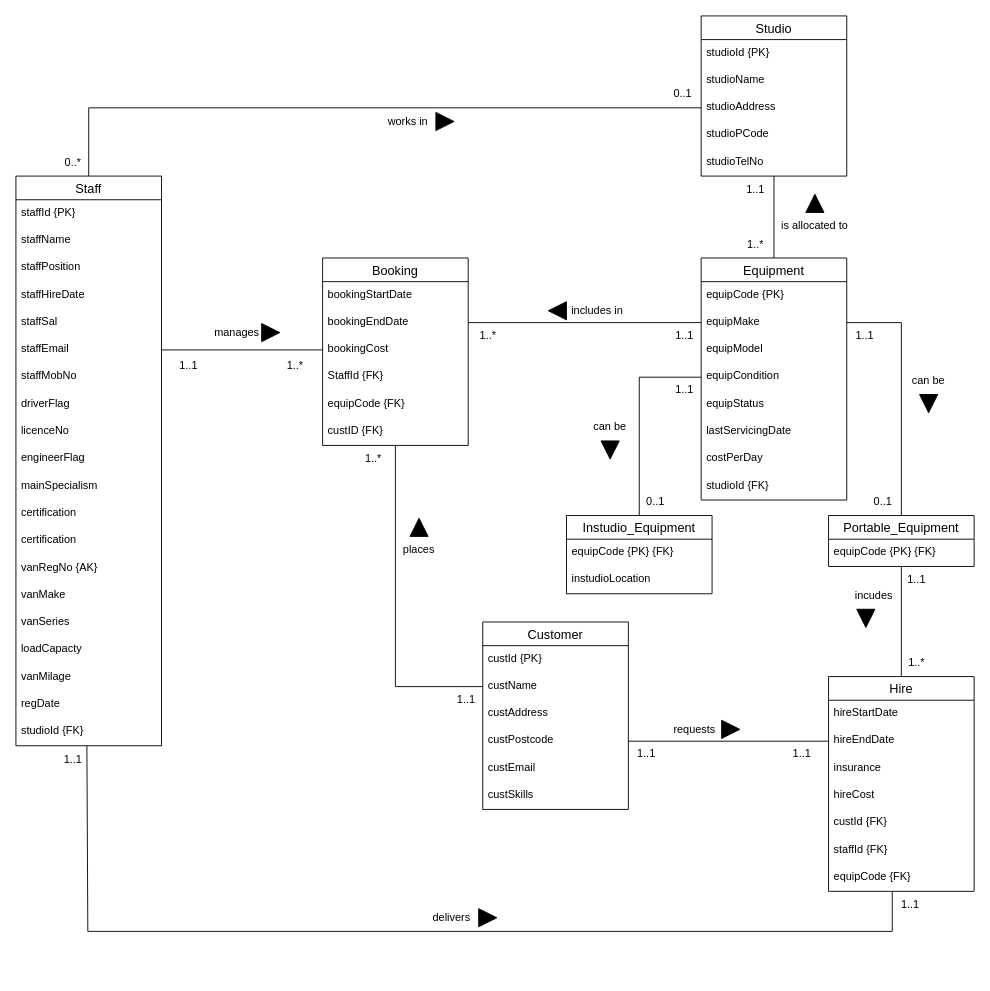
This is page "Version 1" (1 of 2) of Part B/Part_B.drawio from ChitharaKarunasekera/DatabaseSystemsCoursework, a draw.io file, before an edit. Source tidied: cells renumbered, new cells numbered last; positions are measured from the earlier drawing's top-left corner, leaving out a move shared by most shapes. Both pictures are drawn from the tidied source at 91%, with x=0, y=0 at pixel (15, 15).
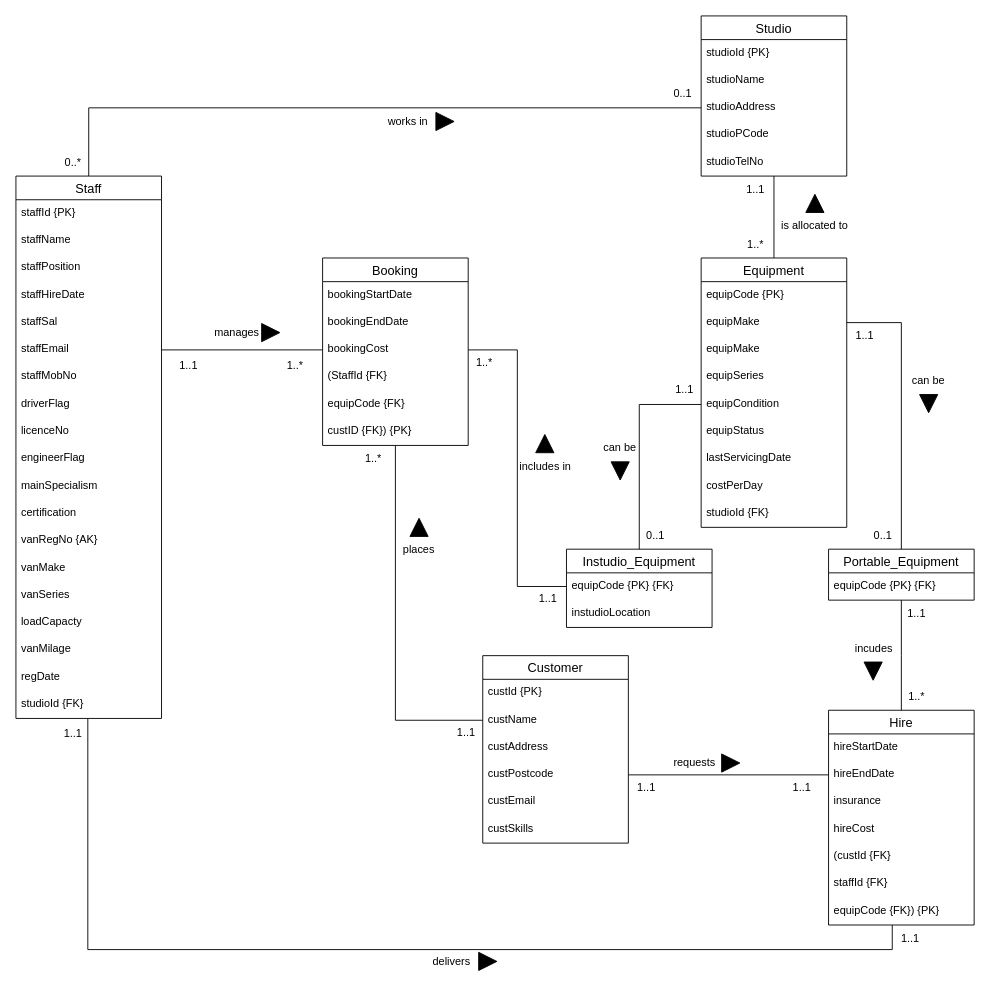
The same page after the edit.

The change refers to these unchanged cells:
```xml
<mxCell id="27" value="equipMake" style="text;strokeColor=none;fillColor=none;spacingLeft=4;spacingRight=4;overflow=hidden;points=[[0,0.5],[1,0.5]];portConstraint=eastwest;fontSize=12;fontColor=#000000;" parent="25" vertex="1">
  <mxGeometry y="56" width="160" height="30" as="geometry" />
</mxCell>
<mxCell id="35" value="equipCode {PK} {FK}" style="text;strokeColor=none;fillColor=none;spacingLeft=4;spacingRight=4;overflow=hidden;points=[[0,0.5],[1,0.5]];portConstraint=eastwest;fontSize=12;fontColor=#000000;" parent="34" vertex="1">
  <mxGeometry y="26" width="160" height="30" as="geometry" />
</mxCell>
<mxCell id="57" value="Booking" style="swimlane;fontStyle=0;horizontal=1;startSize=26;align=center;fontSize=14;fontColor=#000000;" parent="1" vertex="1">
  <mxGeometry x="337" y="266" width="160" height="206" as="geometry" />
</mxCell>
<mxCell id="59" value="bookingEndDate" style="text;strokeColor=none;fillColor=none;spacingLeft=4;spacingRight=4;overflow=hidden;points=[[0,0.5],[1,0.5]];portConstraint=eastwest;fontSize=12;fontColor=#000000;" parent="57" vertex="1">
  <mxGeometry y="56" width="160" height="30" as="geometry" />
</mxCell>
<mxCell id="60" value="bookingCost" style="text;strokeColor=none;fillColor=none;spacingLeft=4;spacingRight=4;overflow=hidden;points=[[0,0.5],[1,0.5]];portConstraint=eastwest;fontSize=12;fontColor=#000000;" parent="57" vertex="1">
  <mxGeometry y="86" width="160" height="30" as="geometry" />
</mxCell>
```

What changed in the source:
```diff
@@
     <mxCell id="3" value="Staff" style="swimlane;fontStyle=0;horizontal=1;startSize=26;align=center;fontSize=14;" parent="1" vertex="1">
-      <mxGeometry y="176" width="160" height="626" as="geometry" />
+      <mxGeometry y="176" width="160" height="596" as="geometry" />
     </mxCell>
@@
-    <mxCell id="15" value="certification" style="text;strokeColor=none;fillColor=none;spacingLeft=4;spacingRight=4;overflow=hidden;fontSize=12;" parent="3" vertex="1">
-      <mxGeometry y="356" width="160" height="30" as="geometry" />
-    </mxCell>
     <mxCell id="16" value="certification" style="text;strokeColor=none;fillColor=none;spacingLeft=4;spacingRight=4;overflow=hidden;fontSize=12;" parent="3" vertex="1">
-      <mxGeometry y="386" width="160" height="30" as="geometry" />
+      <mxGeometry y="356" width="160" height="30" as="geometry" />
     </mxCell>
     <mxCell id="17" value="vanRegNo {AK}" style="text;strokeColor=none;fillColor=none;spacingLeft=4;spacingRight=4;overflow=hidden;fontSize=12;fontColor=#000000;" parent="3" vertex="1">
-      <mxGeometry y="416" width="160" height="30" as="geometry" />
+      <mxGeometry y="386" width="160" height="30" as="geometry" />
     </mxCell>
     <mxCell id="18" value="vanMake" style="text;strokeColor=none;fillColor=none;spacingLeft=4;spacingRight=4;overflow=hidden;fontSize=12;fontColor=#000000;" parent="3" vertex="1">
-      <mxGeometry y="446" width="160" height="30" as="geometry" />
+      <mxGeometry y="416" width="160" height="30" as="geometry" />
     </mxCell>
     <mxCell id="19" value="vanSeries " style="text;strokeColor=none;fillColor=none;spacingLeft=4;spacingRight=4;overflow=hidden;fontSize=12;fontColor=#000000;" parent="3" vertex="1">
-      <mxGeometry y="476" width="160" height="30" as="geometry" />
+      <mxGeometry y="446" width="160" height="30" as="geometry" />
     </mxCell>
     <mxCell id="20" value="loadCapacty" style="text;strokeColor=none;fillColor=none;spacingLeft=4;spacingRight=4;overflow=hidden;fontSize=12;fontColor=#000000;" parent="3" vertex="1">
-      <mxGeometry y="506" width="160" height="30" as="geometry" />
+      <mxGeometry y="476" width="160" height="30" as="geometry" />
     </mxCell>
     <mxCell id="21" value="vanMilage " style="text;strokeColor=none;fillColor=none;spacingLeft=4;spacingRight=4;overflow=hidden;fontSize=12;fontColor=#000000;" parent="3" vertex="1">
-      <mxGeometry y="536" width="160" height="30" as="geometry" />
+      <mxGeometry y="506" width="160" height="30" as="geometry" />
     </mxCell>
     <mxCell id="22" value="regDate" style="text;strokeColor=none;fillColor=none;spacingLeft=4;spacingRight=4;overflow=hidden;fontSize=12;fontColor=#000000;" parent="3" vertex="1">
-      <mxGeometry y="566" width="160" height="30" as="geometry" />
+      <mxGeometry y="536" width="160" height="30" as="geometry" />
     </mxCell>
     <mxCell id="23" value="studioId {FK}" style="text;strokeColor=none;fillColor=none;spacingLeft=4;spacingRight=4;overflow=hidden;points=[[0,0.5],[1,0.5]];portConstraint=eastwest;fontSize=12;fontColor=#000000;" parent="3" vertex="1">
-      <mxGeometry y="596" width="160" height="30" as="geometry" />
+      <mxGeometry y="566" width="160" height="30" as="geometry" />
     </mxCell>
@@
     <mxCell id="25" value="Equipment" style="swimlane;fontStyle=0;horizontal=1;startSize=26;align=center;fontSize=14;fontColor=#000000;" parent="1" vertex="1">
-      <mxGeometry x="753" y="266" width="160" height="266" as="geometry" />
+      <mxGeometry x="753" y="266" width="160" height="296" as="geometry" />
     </mxCell>
@@
+    <mxCell id="115" value="equipMake" style="text;strokeColor=none;fillColor=none;spacingLeft=4;spacingRight=4;overflow=hidden;fontSize=12;fontColor=#000000;" parent="25" vertex="1">
+      <mxGeometry y="86" width="160" height="30" as="geometry" />
+    </mxCell>
-    <mxCell id="28" value="equipModel" style="text;strokeColor=none;fillColor=none;spacingLeft=4;spacingRight=4;overflow=hidden;fontSize=12;fontColor=#000000;" parent="25" vertex="1">
-      <mxGeometry y="86" width="160" height="30" as="geometry" />
+    <mxCell id="28" value="equipSeries " style="text;strokeColor=none;fillColor=none;spacingLeft=4;spacingRight=4;overflow=hidden;fontSize=12;fontColor=#000000;" parent="25" vertex="1">
+      <mxGeometry y="116" width="160" height="30" as="geometry" />
     </mxCell>
     <mxCell id="29" value="equipCondition" style="text;strokeColor=none;fillColor=none;spacingLeft=4;spacingRight=4;overflow=hidden;points=[[0,0.5],[1,0.5]];portConstraint=eastwest;fontSize=12;fontColor=#000000;" parent="25" vertex="1">
-      <mxGeometry y="116" width="160" height="30" as="geometry" />
+      <mxGeometry y="146" width="160" height="30" as="geometry" />
     </mxCell>
     <mxCell id="30" value="equipStatus" style="text;strokeColor=none;fillColor=none;spacingLeft=4;spacingRight=4;overflow=hidden;fontSize=12;fontColor=#000000;" parent="25" vertex="1">
-      <mxGeometry y="146" width="160" height="30" as="geometry" />
+      <mxGeometry y="176" width="160" height="30" as="geometry" />
     </mxCell>
     <mxCell id="31" value="lastServicingDate" style="text;strokeColor=none;fillColor=none;spacingLeft=4;spacingRight=4;overflow=hidden;fontSize=12;fontColor=#000000;" parent="25" vertex="1">
-      <mxGeometry y="176" width="160" height="30" as="geometry" />
+      <mxGeometry y="206" width="160" height="30" as="geometry" />
     </mxCell>
     <mxCell id="32" value="costPerDay" style="text;strokeColor=none;fillColor=none;spacingLeft=4;spacingRight=4;overflow=hidden;fontSize=12;fontColor=#000000;" parent="25" vertex="1">
-      <mxGeometry y="206" width="160" height="30" as="geometry" />
+      <mxGeometry y="236" width="160" height="30" as="geometry" />
     </mxCell>
     <mxCell id="33" value="studioId {FK}" style="text;strokeColor=none;fillColor=none;spacingLeft=4;spacingRight=4;overflow=hidden;fontSize=12;fontColor=#000000;" parent="25" vertex="1">
-      <mxGeometry y="236" width="160" height="30" as="geometry" />
+      <mxGeometry y="266" width="160" height="30" as="geometry" />
     </mxCell>
     <mxCell id="34" value="Instudio_Equipment" style="swimlane;fontStyle=0;horizontal=1;startSize=26;align=center;fontSize=14;fontColor=#000000;" parent="1" vertex="1">
-      <mxGeometry x="605" y="549" width="160" height="86" as="geometry" />
+      <mxGeometry x="605" y="586" width="160" height="86" as="geometry" />
     </mxCell>
@@
     <mxCell id="37" value="Portable_Equipment" style="swimlane;fontStyle=0;horizontal=1;startSize=26;align=center;fontSize=14;fontColor=#000000;" parent="1" vertex="1">
-      <mxGeometry x="893" y="549" width="160" height="56" as="geometry" />
+      <mxGeometry x="893" y="586" width="160" height="56" as="geometry" />
     </mxCell>
@@
     <mxCell id="41" value="can be" style="text;html=1;strokeColor=none;fillColor=none;align=center;verticalAlign=middle;whiteSpace=wrap;rounded=0;fontColor=#000000;" parent="1" vertex="1">
-      <mxGeometry x="623" y="437" width="60" height="30" as="geometry" />
+      <mxGeometry x="634" y="460" width="60" height="30" as="geometry" />
     </mxCell>
     <mxCell id="42" style="triangle;whiteSpace=wrap;html=1;fontColor=#000000;direction=south;fillColor=#000000;" parent="1" vertex="1">
-      <mxGeometry x="643" y="467" width="20" height="20" as="geometry" />
+      <mxGeometry x="654" y="490" width="20" height="20" as="geometry" />
     </mxCell>
@@
     <mxCell id="45" value="0..1" style="text;html=1;strokeColor=none;fillColor=none;align=center;verticalAlign=middle;whiteSpace=wrap;rounded=0;fontColor=#000000;" parent="1" vertex="1">
-      <mxGeometry x="673" y="519" width="60" height="30" as="geometry" />
+      <mxGeometry x="673" y="556" width="60" height="30" as="geometry" />
     </mxCell>
     <mxCell id="46" value="0..1" style="text;html=1;strokeColor=none;fillColor=none;align=center;verticalAlign=middle;whiteSpace=wrap;rounded=0;fontColor=#000000;" parent="1" vertex="1">
-      <mxGeometry x="923" y="519" width="60" height="30" as="geometry" />
+      <mxGeometry x="923" y="556" width="60" height="30" as="geometry" />
     </mxCell>
@@
     <mxCell id="49" value="Customer" style="swimlane;fontStyle=0;horizontal=1;startSize=26;align=center;fontSize=14;fontColor=#000000;" parent="1" vertex="1">
-      <mxGeometry x="513" y="666" width="160" height="206" as="geometry" />
+      <mxGeometry x="513" y="703" width="160" height="206" as="geometry" />
     </mxCell>
@@
-    <mxCell id="61" value="StaffId {FK}" style="text;strokeColor=none;fillColor=none;spacingLeft=4;spacingRight=4;overflow=hidden;fontSize=12;fontColor=#000000;" parent="57" vertex="1">
+    <mxCell id="61" value="(StaffId {FK}" style="text;strokeColor=none;fillColor=none;spacingLeft=4;spacingRight=4;overflow=hidden;fontSize=12;fontColor=#000000;" parent="57" vertex="1">
       <mxGeometry y="116" width="160" height="30" as="geometry" />
     </mxCell>
@@
-    <mxCell id="63" value="custID {FK}" style="text;strokeColor=none;fillColor=none;spacingLeft=4;spacingRight=4;overflow=hidden;fontSize=12;fontColor=#000000;" parent="57" vertex="1">
+    <mxCell id="63" value="custID {FK}) {PK}" style="text;strokeColor=none;fillColor=none;spacingLeft=4;spacingRight=4;overflow=hidden;fontSize=12;fontColor=#000000;" parent="57" vertex="1">
       <mxGeometry y="176" width="160" height="30" as="geometry" />
     </mxCell>
-    <mxCell id="64" style="edgeStyle=orthogonalEdgeStyle;rounded=0;jettySize=auto;html=1;entryX=0;entryY=0.5;entryDx=0;entryDy=0;endArrow=none;endFill=0;exitX=1;exitY=0.5;exitDx=0;exitDy=0;" parent="1" edge="1" source="59" target="27">
-      <mxGeometry relative="1" as="geometry" />
-    </mxCell>
@@
     <mxCell id="66" value="1..*" style="text;html=1;strokeColor=none;fillColor=none;align=center;verticalAlign=middle;whiteSpace=wrap;rounded=0;" parent="1" vertex="1">
-      <mxGeometry x="488.5" y="336" width="60" height="30" as="geometry" />
+      <mxGeometry x="484.5" y="366" width="60" height="30" as="geometry" />
     </mxCell>
@@
     <mxCell id="68" value="1..1" style="text;html=1;strokeColor=none;fillColor=none;align=center;verticalAlign=middle;whiteSpace=wrap;rounded=0;" parent="1" vertex="1">
-      <mxGeometry x="705" y="336" width="60" height="30" as="geometry" />
+      <mxGeometry x="555" y="626" width="60" height="30" as="geometry" />
     </mxCell>
@@
     <mxCell id="70" value="1..1" style="text;html=1;strokeColor=none;fillColor=none;align=center;verticalAlign=middle;whiteSpace=wrap;rounded=0;" parent="1" vertex="1">
-      <mxGeometry x="465" y="736" width="60" height="30" as="geometry" />
+      <mxGeometry x="465" y="773" width="60" height="30" as="geometry" />
     </mxCell>
@@
     <mxCell id="73" value="includes in" style="text;html=1;strokeColor=none;fillColor=none;align=center;verticalAlign=middle;whiteSpace=wrap;rounded=0;" parent="1" vertex="1">
-      <mxGeometry x="603" y="309" width="71.5" height="30" as="geometry" />
+      <mxGeometry x="545.5" y="480" width="71.5" height="30" as="geometry" />
     </mxCell>
-    <mxCell id="74" style="triangle;whiteSpace=wrap;html=1;fontColor=#000000;direction=west;fillColor=#000000;" parent="1" vertex="1">
-      <mxGeometry x="585" y="314" width="20" height="20" as="geometry" />
+    <mxCell id="74" style="triangle;whiteSpace=wrap;html=1;fontColor=#000000;direction=north;fillColor=#000000;" parent="1" vertex="1">
+      <mxGeometry x="571.2" y="460" width="20" height="20" as="geometry" />
     </mxCell>
@@
-    <mxCell id="77" style="edgeStyle=orthogonalEdgeStyle;rounded=0;jettySize=auto;html=1;endArrow=none;endFill=0;" parent="1" edge="1" source="79" target="37">
-      <mxGeometry relative="1" as="geometry" />
+    <mxCell id="77" style="edgeStyle=orthogonalEdgeStyle;rounded=0;jettySize=auto;html=1;endArrow=none;endFill=0;" parent="1" edge="1" source="79">
+      <mxGeometry relative="1" as="geometry">
+        <mxPoint x="973" y="642" as="targetPoint" />
+      </mxGeometry>
     </mxCell>
-    <mxCell id="78" style="edgeStyle=orthogonalEdgeStyle;rounded=0;jettySize=auto;html=1;entryX=0.75;entryY=0;entryDx=0;entryDy=0;endArrow=none;endFill=0;" parent="1" edge="1" source="79" target="91">
+    <mxCell id="78" style="edgeStyle=orthogonalEdgeStyle;rounded=0;jettySize=auto;html=1;endArrow=none;endFill=0;" parent="1" edge="1" source="79" target="23">
       <mxGeometry relative="1" as="geometry">
         <Array as="points">
-          <mxPoint x="963" y="1006" />
-          <mxPoint x="79" y="1006" />
+          <mxPoint x="963" y="1026" />
+          <mxPoint x="79" y="1026" />
         </Array>
       </mxGeometry>
     </mxCell>
     <mxCell id="79" value="Hire" style="swimlane;fontStyle=0;horizontal=1;startSize=26;align=center;fontSize=14;fontColor=#000000;" parent="1" vertex="1">
-      <mxGeometry x="893" y="726" width="160" height="236" as="geometry" />
+      <mxGeometry x="893" y="763" width="160" height="236" as="geometry" />
     </mxCell>
@@
-    <mxCell id="84" value="custId {FK}" style="text;strokeColor=none;fillColor=none;spacingLeft=4;spacingRight=4;overflow=hidden;fontSize=12;fontColor=#000000;" parent="79" vertex="1">
+    <mxCell id="84" value="(custId {FK}" style="text;strokeColor=none;fillColor=none;spacingLeft=4;spacingRight=4;overflow=hidden;fontSize=12;fontColor=#000000;" parent="79" vertex="1">
       <mxGeometry y="146" width="160" height="30" as="geometry" />
     </mxCell>
@@
-    <mxCell id="86" value="equipCode {FK}" style="text;strokeColor=none;fillColor=none;spacingLeft=4;spacingRight=4;overflow=hidden;fontSize=12;fontColor=#000000;" parent="79" vertex="1">
+    <mxCell id="86" value="equipCode {FK}) {PK}" style="text;strokeColor=none;fillColor=none;spacingLeft=4;spacingRight=4;overflow=hidden;fontSize=12;fontColor=#000000;" parent="79" vertex="1">
       <mxGeometry y="206" width="160" height="30" as="geometry" />
     </mxCell>
@@
     <mxCell id="88" value="1..1" style="text;html=1;strokeColor=none;fillColor=none;align=center;verticalAlign=middle;whiteSpace=wrap;rounded=0;fontColor=#000000;" parent="1" vertex="1">
-      <mxGeometry x="834" y="796" width="60" height="30" as="geometry" />
+      <mxGeometry x="834" y="833" width="60" height="30" as="geometry" />
     </mxCell>
     <mxCell id="89" value="1..*" style="text;html=1;strokeColor=none;fillColor=none;align=center;verticalAlign=middle;whiteSpace=wrap;rounded=0;" parent="1" vertex="1">
-      <mxGeometry x="960" y="696" width="60" height="30" as="geometry" />
+      <mxGeometry x="960" y="733" width="60" height="30" as="geometry" />
     </mxCell>
     <mxCell id="90" value="1..1" style="text;html=1;strokeColor=none;fillColor=none;align=center;verticalAlign=middle;whiteSpace=wrap;rounded=0;fontColor=#000000;" parent="1" vertex="1">
-      <mxGeometry x="953" y="962" width="60" height="30" as="geometry" />
+      <mxGeometry x="953" y="999" width="60" height="30" as="geometry" />
     </mxCell>
     <mxCell id="91" value="1..1" style="text;html=1;strokeColor=none;fillColor=none;align=center;verticalAlign=middle;whiteSpace=wrap;rounded=0;fontColor=#000000;" parent="1" vertex="1">
-      <mxGeometry x="33" y="802" width="60" height="30" as="geometry" />
+      <mxGeometry x="33" y="774" width="60" height="30" as="geometry" />
     </mxCell>
     <mxCell id="92" value="1..1" style="text;html=1;strokeColor=none;fillColor=none;align=center;verticalAlign=middle;whiteSpace=wrap;rounded=0;fontColor=#000000;" parent="1" vertex="1">
-      <mxGeometry x="663" y="796" width="60" height="30" as="geometry" />
+      <mxGeometry x="663" y="833" width="60" height="30" as="geometry" />
     </mxCell>
     <mxCell id="93" value="1..1" style="text;html=1;strokeColor=none;fillColor=none;align=center;verticalAlign=middle;whiteSpace=wrap;rounded=0;fontColor=#000000;" parent="1" vertex="1">
-      <mxGeometry x="960" y="605" width="60" height="30" as="geometry" />
+      <mxGeometry x="960" y="642" width="60" height="30" as="geometry" />
     </mxCell>
     <mxCell id="94" value="delivers" style="text;html=1;strokeColor=none;fillColor=none;align=center;verticalAlign=middle;whiteSpace=wrap;rounded=0;" parent="1" vertex="1">
-      <mxGeometry x="446" y="976" width="65.5" height="30" as="geometry" />
+      <mxGeometry x="446" y="1024" width="65.5" height="30" as="geometry" />
     </mxCell>
     <mxCell id="95" style="triangle;whiteSpace=wrap;html=1;fontColor=#000000;direction=east;fillColor=#000000;" parent="1" vertex="1">
-      <mxGeometry x="508.5" y="981" width="20" height="20" as="geometry" />
+      <mxGeometry x="508.5" y="1029" width="20" height="20" as="geometry" />
     </mxCell>
     <mxCell id="96" value="requests" style="text;html=1;strokeColor=none;fillColor=none;align=center;verticalAlign=middle;whiteSpace=wrap;rounded=0;" parent="1" vertex="1">
-      <mxGeometry x="713" y="769" width="65.5" height="30" as="geometry" />
+      <mxGeometry x="713" y="806" width="65.5" height="30" as="geometry" />
     </mxCell>
     <mxCell id="97" style="triangle;whiteSpace=wrap;html=1;fontColor=#000000;direction=east;fillColor=#000000;" parent="1" vertex="1">
-      <mxGeometry x="775.5" y="774" width="20" height="20" as="geometry" />
+      <mxGeometry x="775.5" y="811" width="20" height="20" as="geometry" />
     </mxCell>
     <mxCell id="98" value="incudes" style="text;html=1;strokeColor=none;fillColor=none;align=center;verticalAlign=middle;whiteSpace=wrap;rounded=0;fontColor=#000000;" parent="1" vertex="1">
-      <mxGeometry x="913" y="622" width="60" height="30" as="geometry" />
+      <mxGeometry x="913" y="680" width="60" height="30" as="geometry" />
     </mxCell>
     <mxCell id="99" style="triangle;whiteSpace=wrap;html=1;fontColor=#000000;direction=south;fillColor=#000000;" parent="1" vertex="1">
-      <mxGeometry x="924" y="652" width="20" height="20" as="geometry" />
+      <mxGeometry x="932" y="710" width="20" height="20" as="geometry" />
     </mxCell>
@@
+    <mxCell id="116" style="edgeStyle=orthogonalEdgeStyle;rounded=0;jettySize=auto;html=1;endArrow=none;endFill=0;" parent="1" edge="1" source="35" target="60">
+      <mxGeometry relative="1" as="geometry" />
+    </mxCell>
```
